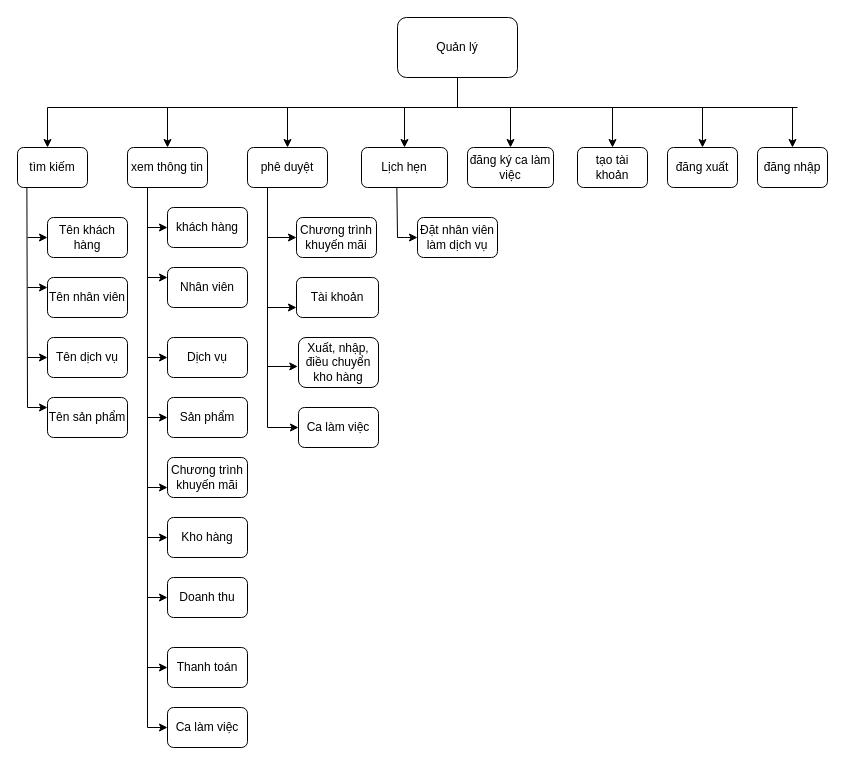
Before: Untitled Diagram.drawio in hunglee569846/DemoTestHoaDon, a draw.io diagram. Source tidied: cells renumbered, new cells numbered last; positions are measured from the earlier drawing's top-left corner, leaving out a move shared by most shapes. Both pictures are drawn from the tidied source at 100%, with x=0, y=0 at pixel (17, 17).
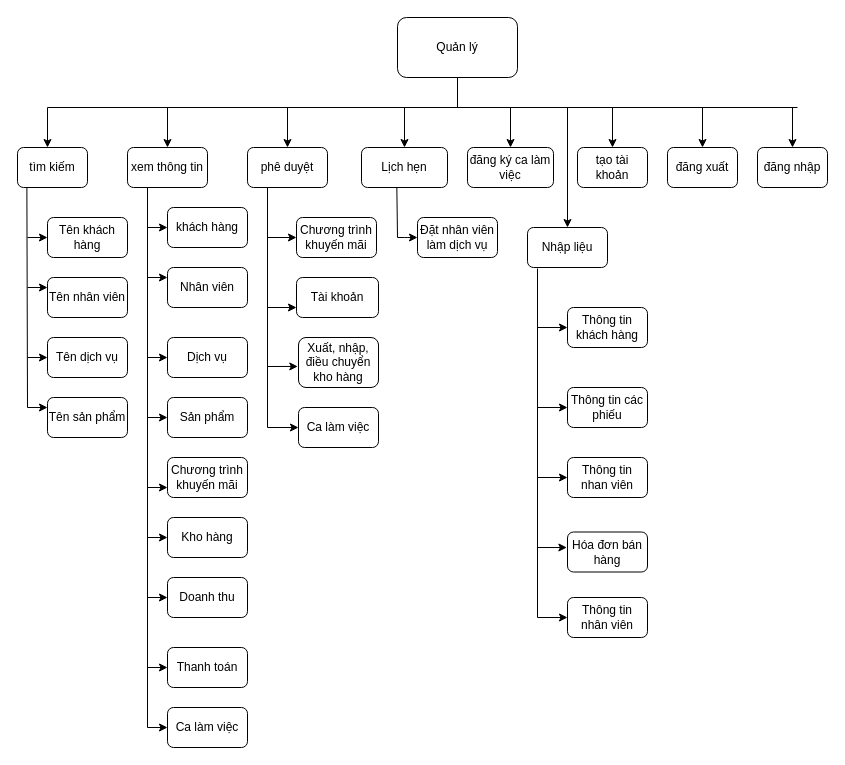
After the change.

What changed in the source:
```diff
@@
+    <mxCell id="61" value="Nhập liệu" style="rounded=1;whiteSpace=wrap;html=1;" parent="1" vertex="1">
+      <mxGeometry x="510" y="210" width="80" height="40" as="geometry" />
+    </mxCell>
+    <mxCell id="62" style="endArrow=classic;html=1;entryX=0.5;entryY=0;entryDx=0;entryDy=0;" parent="1" edge="1" target="61">
+      <mxGeometry relative="1" as="geometry">
+        <mxPoint x="550" y="90" as="sourcePoint" />
+      </mxGeometry>
+    </mxCell>
+    <mxCell id="63" value="Thông tin khách hàng" style="rounded=1;whiteSpace=wrap;html=1;" parent="1" vertex="1">
+      <mxGeometry x="550" y="290" width="80" height="40" as="geometry" />
+    </mxCell>
+    <mxCell id="64" value="Thông tin các phiếu" style="rounded=1;whiteSpace=wrap;html=1;" parent="1" vertex="1">
+      <mxGeometry x="550" y="370" width="80" height="40" as="geometry" />
+    </mxCell>
+    <mxCell id="65" value="Hóa đơn bán hàng" style="rounded=1;whiteSpace=wrap;html=1;" parent="1" vertex="1">
+      <mxGeometry x="550" y="514.5" width="80" height="40" as="geometry" />
+    </mxCell>
+    <mxCell id="66" value="Thông tin nhân viên" style="rounded=1;whiteSpace=wrap;html=1;" parent="1" vertex="1">
+      <mxGeometry x="550" y="580" width="80" height="40" as="geometry" />
+    </mxCell>
+    <mxCell id="67" value="Thông tin nhan viên" style="rounded=1;whiteSpace=wrap;html=1;" parent="1" vertex="1">
+      <mxGeometry x="550" y="440" width="80" height="40" as="geometry" />
+    </mxCell>
+    <mxCell id="68" style="endArrow=none;html=1;" parent="1" edge="1">
+      <mxGeometry relative="1" as="geometry">
+        <mxPoint x="520" y="251" as="sourcePoint" />
+        <mxPoint x="520" y="600" as="targetPoint" />
+      </mxGeometry>
+    </mxCell>
+    <mxCell id="69" style="endArrow=classic;html=1;" parent="1" edge="1" target="66">
+      <mxGeometry relative="1" as="geometry">
+        <mxPoint x="520" y="600" as="sourcePoint" />
+      </mxGeometry>
+    </mxCell>
+    <mxCell id="70" style="endArrow=classic;html=1;entryX=-0.008;entryY=0.388;entryDx=0;entryDy=0;entryPerimeter=0;" parent="1" edge="1" target="65">
+      <mxGeometry relative="1" as="geometry">
+        <mxPoint x="520" y="530" as="sourcePoint" />
+      </mxGeometry>
+    </mxCell>
+    <mxCell id="71" style="endArrow=classic;html=1;entryX=0;entryY=0.5;entryDx=0;entryDy=0;" parent="1" edge="1" target="67">
+      <mxGeometry relative="1" as="geometry">
+        <mxPoint x="520" y="460" as="sourcePoint" />
+      </mxGeometry>
+    </mxCell>
+    <mxCell id="72" style="endArrow=classic;html=1;entryX=0;entryY=0.5;entryDx=0;entryDy=0;" parent="1" edge="1" target="64">
+      <mxGeometry relative="1" as="geometry">
+        <mxPoint x="520" y="390" as="sourcePoint" />
+      </mxGeometry>
+    </mxCell>
+    <mxCell id="73" style="endArrow=classic;html=1;entryX=0;entryY=0.5;entryDx=0;entryDy=0;" parent="1" edge="1" target="63">
+      <mxGeometry relative="1" as="geometry">
+        <mxPoint x="520" y="310" as="sourcePoint" />
+      </mxGeometry>
+    </mxCell>
```
